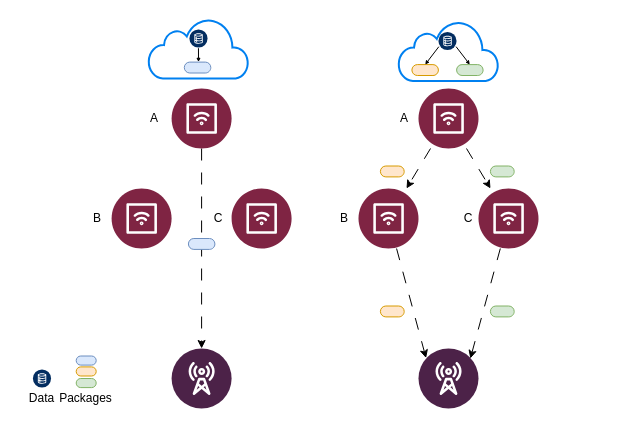
This is dispatch.drawio from Atlanties/iodraw-files, a draw.io file, before an edit. Source tidied: cells renumbered, new cells numbered last; positions are measured from the earlier drawing's top-left corner, leaving out a move shared by most shapes. Both pictures are drawn from the tidied source at 100%, with x=0, y=0 at pixel (16, 18).
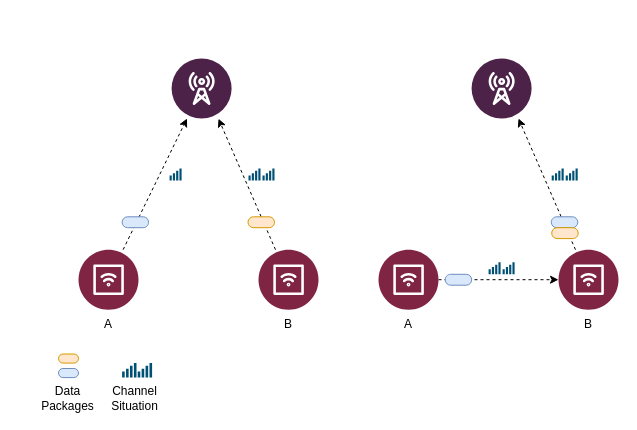
Above is the later version.

What changed in the source:
```diff
@@
-    <mxCell id="2" style="verticalLabelPosition=bottom;html=1;shape=mxgraph.salesforce.iot2;" parent="1" vertex="1">
-      <mxGeometry x="342" y="170" width="60" height="60" as="geometry" />
-    </mxCell>
-    <mxCell id="3" style="verticalLabelPosition=bottom;html=1;shape=mxgraph.salesforce.iot2;" parent="1" vertex="1">
-      <mxGeometry x="462" y="170" width="60" height="60" as="geometry" />
-    </mxCell>
-    <mxCell id="4" style="rounded=0;jettySize=auto;html=1;dashed=1;dashPattern=12 12;" parent="1" edge="1" source="6" target="2">
-      <mxGeometry relative="1" as="geometry" />
-    </mxCell>
-    <mxCell id="5" style="rounded=0;jettySize=auto;html=1;dashed=1;dashPattern=12 12;" parent="1" edge="1" source="6" target="3">
-      <mxGeometry relative="1" as="geometry" />
-    </mxCell>
-    <mxCell id="6" style="verticalLabelPosition=bottom;html=1;shape=mxgraph.salesforce.iot2;" parent="1" vertex="1">
-      <mxGeometry x="402" y="70" width="60" height="60" as="geometry" />
-    </mxCell>
-    <mxCell id="7" style="verticalLabelPosition=bottom;html=1;shape=mxgraph.salesforce.communications2;" parent="1" vertex="1">
-      <mxGeometry x="402" y="330" width="60" height="60" as="geometry" />
-    </mxCell>
-    <mxCell id="8" style="group;" parent="1" vertex="1">
-      <mxGeometry x="382" y="2.5" width="100" height="60" as="geometry" />
-    </mxCell>
-    <mxCell id="9" style="html=1;verticalLabelPosition=bottom;align=center;labelBackgroundColor=#ffffff;verticalAlign=top;strokeWidth=2;strokeColor=#0080F0;shadow=0;dashed=0;shape=mxgraph.ios7.icons.cloud;" parent="8" vertex="1">
-      <mxGeometry width="100" height="60" as="geometry" />
-    </mxCell>
-    <mxCell id="10" style="verticalLabelPosition=bottom;html=1;shape=mxgraph.salesforce.data2;" parent="8" vertex="1">
-      <mxGeometry x="39.9" y="10.9" width="18.2" height="18.2" as="geometry" />
-    </mxCell>
-    <mxCell id="11" style="html=1;dashed=0;whiteSpace=wrap;shape=mxgraph.dfd.start;fillColor=#ffe6cc;strokeColor=#d79b00;" parent="8" vertex="1">
-      <mxGeometry x="13.4" y="43.6" width="26.5" height="10.9" as="geometry" />
-    </mxCell>
-    <mxCell id="12" style="html=1;dashed=0;whiteSpace=wrap;shape=mxgraph.dfd.start;fillColor=#d5e8d4;strokeColor=#82b366;" parent="8" vertex="1">
-      <mxGeometry x="58.1" y="43.6" width="26.5" height="10.9" as="geometry" />
-    </mxCell>
-    <mxCell id="13" style="rounded=0;jettySize=auto;html=1;entryX=0.5;entryY=0.5;entryDx=0;entryDy=-5.454545454545454;entryPerimeter=0;exitX=0.022;exitY=0.812;exitDx=0;exitDy=0;exitPerimeter=0;strokeWidth=1;startSize=1;endSize=2;" parent="8" edge="1" source="10" target="11">
-      <mxGeometry relative="1" as="geometry" />
-    </mxCell>
-    <mxCell id="14" style="rounded=0;jettySize=auto;html=1;entryX=0.5;entryY=0.5;entryDx=0;entryDy=-5.454545454545454;entryPerimeter=0;exitX=0.972;exitY=0.808;exitDx=0;exitDy=0;exitPerimeter=0;strokeWidth=1;startSize=1;endSize=2;" parent="8" edge="1" source="10" target="12">
-      <mxGeometry relative="1" as="geometry" />
-    </mxCell>
-    <mxCell id="15" style="rounded=0;jettySize=auto;html=1;entryX=0.126;entryY=0.16;entryDx=0;entryDy=0;entryPerimeter=0;dashed=1;dashPattern=12 12;" parent="1" edge="1" source="2" target="7">
-      <mxGeometry relative="1" as="geometry" />
-    </mxCell>
-    <mxCell id="16" style="rounded=0;jettySize=auto;html=1;entryX=0.864;entryY=0.167;entryDx=0;entryDy=0;entryPerimeter=0;dashed=1;dashPattern=12 12;" parent="1" edge="1" source="3" target="7">
-      <mxGeometry relative="1" as="geometry" />
-    </mxCell>
-    <mxCell id="17" style="html=1;dashed=0;whiteSpace=wrap;shape=mxgraph.dfd.start;fillColor=#ffe6cc;strokeColor=#d79b00;" parent="1" vertex="1">
-      <mxGeometry x="363.9" y="147.5" width="23.8" height="10.9" as="geometry" />
-    </mxCell>
-    <mxCell id="18" style="html=1;dashed=0;whiteSpace=wrap;shape=mxgraph.dfd.start;fillColor=#d5e8d4;strokeColor=#82b366;" parent="1" vertex="1">
-      <mxGeometry x="473.9" y="147.5" width="23.8" height="10.9" as="geometry" />
-    </mxCell>
-    <mxCell id="19" style="html=1;dashed=0;whiteSpace=wrap;shape=mxgraph.dfd.start;fillColor=#ffe6cc;strokeColor=#d79b00;" parent="1" vertex="1">
-      <mxGeometry x="363.9" y="287.5" width="23.8" height="10.9" as="geometry" />
-    </mxCell>
-    <mxCell id="20" style="html=1;dashed=0;whiteSpace=wrap;shape=mxgraph.dfd.start;fillColor=#d5e8d4;strokeColor=#82b366;" parent="1" vertex="1">
-      <mxGeometry x="473.9" y="287.5" width="23.8" height="10.9" as="geometry" />
-    </mxCell>
-    <mxCell id="21" style="group;" parent="1" vertex="1">
-      <mxGeometry x="132" width="100" height="60" as="geometry" />
-    </mxCell>
-    <mxCell id="22" style="html=1;verticalLabelPosition=bottom;align=center;labelBackgroundColor=#ffffff;verticalAlign=top;strokeWidth=2;strokeColor=#0080F0;shadow=0;dashed=0;shape=mxgraph.ios7.icons.cloud;" parent="21" vertex="1">
-      <mxGeometry width="100" height="60" as="geometry" />
-    </mxCell>
-    <mxCell id="23" style="verticalLabelPosition=bottom;html=1;shape=mxgraph.salesforce.data2;" parent="21" vertex="1">
-      <mxGeometry x="40.9" y="10.9" width="18.2" height="18.2" as="geometry" />
-    </mxCell>
-    <mxCell id="24" style="html=1;dashed=0;whiteSpace=wrap;shape=mxgraph.dfd.start;fillColor=#dae8fc;strokeColor=#6c8ebf;" parent="21" vertex="1">
-      <mxGeometry x="35.8" y="43.6" width="26.5" height="10.9" as="geometry" />
-    </mxCell>
-    <mxCell id="25" style="edgeStyle=orthogonalEdgeStyle;rounded=0;jettySize=auto;html=1;strokeWidth=1;startSize=1;endSize=2;exitX=0.498;exitY=1.034;exitDx=0;exitDy=0;exitPerimeter=0;" parent="21" edge="1" source="23">
-      <mxGeometry relative="1" as="geometry">
-        <mxPoint x="50" y="43.6" as="targetPoint" />
-        <Array as="points">
-          <mxPoint x="50" y="30" />
-        </Array>
-      </mxGeometry>
-    </mxCell>
+    <mxCell id="44" style="rounded=0;orthogonalLoop=1;jettySize=auto;html=1;entryX=0.781;entryY=1;entryDx=0;entryDy=0;entryPerimeter=0;dashed=1;" parent="1" edge="1">
+      <mxGeometry relative="1" as="geometry">
+        <mxPoint x="259" y="231.2" as="sourcePoint" />
+        <mxPoint x="202" y="100.2" as="targetPoint" />
+      </mxGeometry>
+    </mxCell>
+    <mxCell id="45" style="rounded=0;jettySize=auto;html=1;entryX=0.781;entryY=1;entryDx=0;entryDy=0;entryPerimeter=0;dashed=1;" parent="1" edge="1" source="48" target="51">
+      <mxGeometry relative="1" as="geometry" />
+    </mxCell>
     <mxCell id="26" style="verticalLabelPosition=bottom;html=1;shape=mxgraph.salesforce.iot2;" parent="1" vertex="1">
-      <mxGeometry x="95.1" y="170" width="60" height="60" as="geometry" />
+      <mxGeometry x="242" y="231.2" width="60" height="60" as="geometry" />
     </mxCell>
-    <mxCell id="27" style="verticalLabelPosition=bottom;html=1;shape=mxgraph.salesforce.iot2;" parent="1" vertex="1">
-      <mxGeometry x="215.1" y="170" width="60" height="60" as="geometry" />
-    </mxCell>
-    <mxCell id="28" style="edgeStyle=orthogonalEdgeStyle;rounded=0;jettySize=auto;html=1;dashed=1;dashPattern=12 12;" parent="1" edge="1" source="29" target="30">
+    <mxCell id="28" style="rounded=0;jettySize=auto;html=1;dashed=1;" parent="1" edge="1" source="29" target="30">
       <mxGeometry relative="1" as="geometry" />
     </mxCell>
     <mxCell id="29" style="verticalLabelPosition=bottom;html=1;shape=mxgraph.salesforce.iot2;" parent="1" vertex="1">
-      <mxGeometry x="155.1" y="70" width="60" height="60" as="geometry" />
+      <mxGeometry x="62" y="231.2" width="60" height="60" as="geometry" />
     </mxCell>
     <mxCell id="30" style="verticalLabelPosition=bottom;html=1;shape=mxgraph.salesforce.communications2;" parent="1" vertex="1">
-      <mxGeometry x="155.1" y="330" width="60" height="60" as="geometry" />
+      <mxGeometry x="155.1" y="40" width="60" height="60" as="geometry" />
     </mxCell>
     <mxCell id="31" style="html=1;dashed=0;whiteSpace=wrap;shape=mxgraph.dfd.start;fillColor=#dae8fc;strokeColor=#6c8ebf;" parent="1" vertex="1">
-      <mxGeometry x="171.9" y="220" width="26.5" height="10.9" as="geometry" />
+      <mxGeometry x="105.6" y="198.3" width="26.5" height="10.9" as="geometry" />
     </mxCell>
     <mxCell id="32" value="A" style="text;html=1;align=center;verticalAlign=middle;whiteSpace=wrap;rounded=0;" parent="1" vertex="1">
-      <mxGeometry x="108" y="85" width="60" height="30" as="geometry" />
+      <mxGeometry x="62" y="291.2" width="60" height="30" as="geometry" />
     </mxCell>
-    <mxCell id="33" value="Data" style="text;html=1;align=center;verticalAlign=middle;whiteSpace=wrap;rounded=0;" parent="1" vertex="1">
-      <mxGeometry x="0.1" y="370" width="50.9" height="20" as="geometry" />
-    </mxCell>
-    <mxCell id="34" value="C" style="text;html=1;align=center;verticalAlign=middle;whiteSpace=wrap;rounded=0;" parent="1" vertex="1">
-      <mxGeometry x="172" y="185" width="60" height="30" as="geometry" />
-    </mxCell>
+    <mxCell id="39" value="Data&lt;div&gt;&lt;span style=&quot;background-color: transparent; color: light-dark(rgb(0, 0, 0), rgb(255, 255, 255));&quot;&gt;Packages&lt;/span&gt;&lt;/div&gt;" style="text;html=1;align=center;verticalAlign=middle;whiteSpace=wrap;rounded=0;" parent="1" vertex="1">
+      <mxGeometry x="5.4" y="370" width="93.1" height="20" as="geometry" />
+    </mxCell>
+    <mxCell id="42" style="html=1;dashed=0;whiteSpace=wrap;shape=mxgraph.dfd.start;fillColor=#dae8fc;strokeColor=#6c8ebf;" parent="1" vertex="1">
+      <mxGeometry x="42" y="350" width="20" height="9.1" as="geometry" />
+    </mxCell>
+    <mxCell id="43" value="B" style="text;html=1;align=center;verticalAlign=middle;whiteSpace=wrap;rounded=0;" parent="1" vertex="1">
+      <mxGeometry x="242" y="291.2" width="60" height="30" as="geometry" />
+    </mxCell>
+    <mxCell id="46" value="Channel&lt;div&gt;Situation&lt;/div&gt;" style="text;html=1;align=center;verticalAlign=middle;whiteSpace=wrap;rounded=0;" parent="1" vertex="1">
+      <mxGeometry x="72" y="370" width="93.1" height="20" as="geometry" />
+    </mxCell>
+    <mxCell id="47" style="verticalLabelPosition=bottom;sketch=0;html=1;verticalAlign=top;align=center;shape=mxgraph.cisco19.wifi_indicator;fillColor=#005073;strokeColor=none;" parent="1" vertex="1">
+      <mxGeometry x="153.1" y="150" width="12" height="12" as="geometry" />
+    </mxCell>
+    <mxCell id="48" style="verticalLabelPosition=bottom;html=1;shape=mxgraph.salesforce.iot2;" parent="1" vertex="1">
+      <mxGeometry x="542" y="231.2" width="60" height="60" as="geometry" />
+    </mxCell>
+    <mxCell id="49" style="edgeStyle=orthogonalEdgeStyle;rounded=0;jettySize=auto;html=1;dashed=1;" parent="1" edge="1" source="50" target="48">
+      <mxGeometry relative="1" as="geometry" />
+    </mxCell>
+    <mxCell id="50" style="verticalLabelPosition=bottom;html=1;shape=mxgraph.salesforce.iot2;" parent="1" vertex="1">
+      <mxGeometry x="362" y="231.2" width="60" height="60" as="geometry" />
+    </mxCell>
+    <mxCell id="51" style="verticalLabelPosition=bottom;html=1;shape=mxgraph.salesforce.communications2;" parent="1" vertex="1">
+      <mxGeometry x="455.1" y="40" width="60" height="60" as="geometry" />
+    </mxCell>
+    <mxCell id="52" style="html=1;dashed=0;whiteSpace=wrap;shape=mxgraph.dfd.start;fillColor=#dae8fc;strokeColor=#6c8ebf;direction=west;" parent="1" vertex="1">
+      <mxGeometry x="428.7" y="255.8" width="26.5" height="10.9" as="geometry" />
+    </mxCell>
     <mxCell id="35" value="A" style="text;html=1;align=center;verticalAlign=middle;whiteSpace=wrap;rounded=0;" parent="1" vertex="1">
-      <mxGeometry x="358" y="85" width="60" height="30" as="geometry" />
+      <mxGeometry x="362" y="291.2" width="60" height="30" as="geometry" />
     </mxCell>
     <mxCell id="36" value="B" style="text;html=1;align=center;verticalAlign=middle;whiteSpace=wrap;rounded=0;" parent="1" vertex="1">
-      <mxGeometry x="298" y="185" width="60" height="30" as="geometry" />
+      <mxGeometry x="542" y="291.2" width="60" height="30" as="geometry" />
     </mxCell>
-    <mxCell id="37" value="C" style="text;html=1;align=center;verticalAlign=middle;whiteSpace=wrap;rounded=0;" parent="1" vertex="1">
-      <mxGeometry x="422" y="185" width="60" height="30" as="geometry" />
-    </mxCell>
-    <mxCell id="38" style="verticalLabelPosition=bottom;html=1;shape=mxgraph.salesforce.data2;" parent="1" vertex="1">
-      <mxGeometry x="16.4" y="350.9" width="18.2" height="18.2" as="geometry" />
-    </mxCell>
-    <mxCell id="39" value="Packages" style="text;html=1;align=center;verticalAlign=middle;whiteSpace=wrap;rounded=0;" parent="1" vertex="1">
-      <mxGeometry x="44.2" y="370" width="50.9" height="20" as="geometry" />
-    </mxCell>
-    <mxCell id="40" style="html=1;dashed=0;whiteSpace=wrap;shape=mxgraph.dfd.start;fillColor=#d5e8d4;strokeColor=#82b366;" parent="1" vertex="1">
-      <mxGeometry x="59.7" y="360" width="20" height="9.1" as="geometry" />
-    </mxCell>
-    <mxCell id="41" style="html=1;dashed=0;whiteSpace=wrap;shape=mxgraph.dfd.start;fillColor=#ffe6cc;strokeColor=#d79b00;" parent="1" vertex="1">
-      <mxGeometry x="59.7" y="348.4" width="20" height="9.1" as="geometry" />
-    </mxCell>
-    <mxCell id="42" style="html=1;dashed=0;whiteSpace=wrap;shape=mxgraph.dfd.start;fillColor=#dae8fc;strokeColor=#6c8ebf;" parent="1" vertex="1">
-      <mxGeometry x="59.7" y="337.5" width="20" height="9.1" as="geometry" />
-    </mxCell>
-    <mxCell id="43" value="B" style="text;html=1;align=center;verticalAlign=middle;whiteSpace=wrap;rounded=0;" parent="1" vertex="1">
-      <mxGeometry x="51" y="185" width="60" height="30" as="geometry" />
-    </mxCell>
+    <mxCell id="53" style="verticalLabelPosition=bottom;sketch=0;html=1;verticalAlign=top;align=center;shape=mxgraph.cisco19.wifi_indicator;fillColor=#005073;strokeColor=none;" parent="1" vertex="1">
+      <mxGeometry x="472.1" y="243.8" width="12" height="12" as="geometry" />
+    </mxCell>
+    <mxCell id="54" style="verticalLabelPosition=bottom;sketch=0;html=1;verticalAlign=top;align=center;shape=mxgraph.cisco19.wifi_indicator;fillColor=#005073;strokeColor=none;" parent="1" vertex="1">
+      <mxGeometry x="486.1" y="243.8" width="12" height="12" as="geometry" />
+    </mxCell>
+    <mxCell id="55" style="verticalLabelPosition=bottom;sketch=0;html=1;verticalAlign=top;align=center;shape=mxgraph.cisco19.wifi_indicator;fillColor=#005073;strokeColor=none;" parent="1" vertex="1">
+      <mxGeometry x="535.2" y="150" width="12" height="12" as="geometry" />
+    </mxCell>
+    <mxCell id="56" style="verticalLabelPosition=bottom;sketch=0;html=1;verticalAlign=top;align=center;shape=mxgraph.cisco19.wifi_indicator;fillColor=#005073;strokeColor=none;" parent="1" vertex="1">
+      <mxGeometry x="549.2" y="150" width="12" height="12" as="geometry" />
+    </mxCell>
+    <mxCell id="57" style="html=1;dashed=0;whiteSpace=wrap;shape=mxgraph.dfd.start;fillColor=#dae8fc;strokeColor=#6c8ebf;direction=west;" parent="1" vertex="1">
+      <mxGeometry x="534.8" y="198.3" width="26.5" height="10.9" as="geometry" />
+    </mxCell>
+    <mxCell id="58" style="group;" parent="1" vertex="1">
+      <mxGeometry x="105.6" y="344.5" width="30" height="20" as="geometry" />
+    </mxCell>
+    <mxCell id="59" style="verticalLabelPosition=bottom;sketch=0;html=1;verticalAlign=top;align=center;shape=mxgraph.cisco19.wifi_indicator;fillColor=#005073;strokeColor=none;" parent="58" vertex="1">
+      <mxGeometry width="14.4" height="14.4" as="geometry" />
+    </mxCell>
+    <mxCell id="60" style="verticalLabelPosition=bottom;sketch=0;html=1;verticalAlign=top;align=center;shape=mxgraph.cisco19.wifi_indicator;fillColor=#005073;strokeColor=none;" parent="58" vertex="1">
+      <mxGeometry x="15.6" width="14.4" height="14.4" as="geometry" />
+    </mxCell>
+    <mxCell id="61" style="verticalLabelPosition=bottom;sketch=0;html=1;verticalAlign=top;align=center;shape=mxgraph.cisco19.wifi_indicator;fillColor=#005073;strokeColor=none;" parent="1" vertex="1">
+      <mxGeometry x="232" y="150" width="12" height="12" as="geometry" />
+    </mxCell>
+    <mxCell id="62" style="verticalLabelPosition=bottom;sketch=0;html=1;verticalAlign=top;align=center;shape=mxgraph.cisco19.wifi_indicator;fillColor=#005073;strokeColor=none;" parent="1" vertex="1">
+      <mxGeometry x="246" y="150" width="12" height="12" as="geometry" />
+    </mxCell>
+    <mxCell id="63" style="html=1;dashed=0;whiteSpace=wrap;shape=mxgraph.dfd.start;fillColor=#ffe6cc;strokeColor=#d79b00;" parent="1" vertex="1">
+      <mxGeometry x="42" y="335.5" width="20" height="9.1" as="geometry" />
+    </mxCell>
+    <mxCell id="64" style="html=1;dashed=0;whiteSpace=wrap;shape=mxgraph.dfd.start;fillColor=#ffe6cc;strokeColor=#d79b00;" parent="1" vertex="1">
+      <mxGeometry x="231.5" y="198.3" width="26.5" height="10.9" as="geometry" />
+    </mxCell>
+    <mxCell id="65" style="html=1;dashed=0;whiteSpace=wrap;shape=mxgraph.dfd.start;fillColor=#ffe6cc;strokeColor=#d79b00;" parent="1" vertex="1">
+      <mxGeometry x="535.2" y="209.2" width="26.5" height="10.9" as="geometry" />
+    </mxCell>
```
